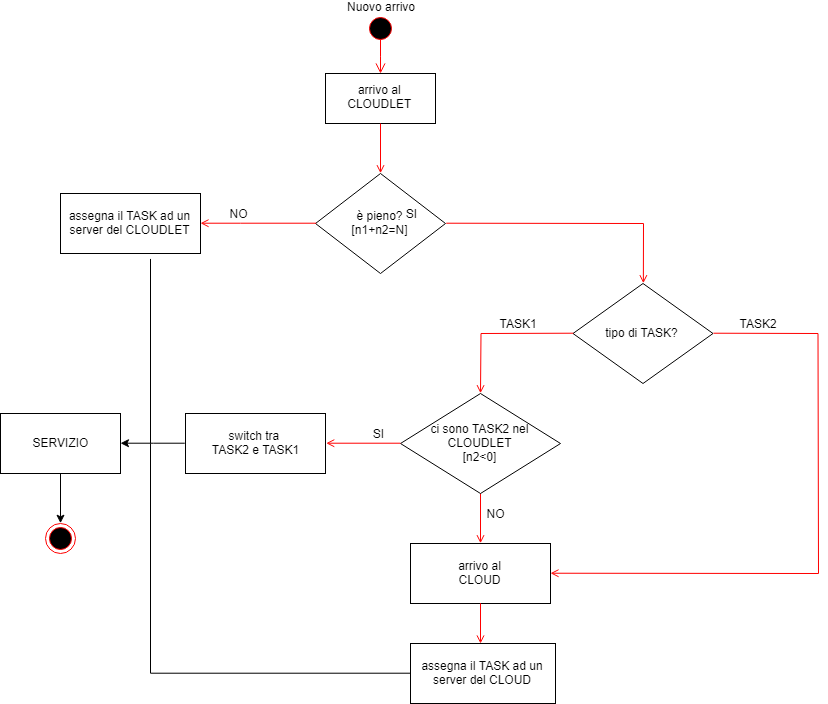
Above: DOCS/FlussoTasks_Alg2.png in dilettalagom/PMCSN_cloud (draw.io), before the change. Source tidied: cells renumbered, new cells last; positions are measured from the earlier drawing's top-left corner, leaving out a move shared by most shapes. Source of this version:
```xml
<mxGraphModel background="#ffffff">
  <root>
    <mxCell id="0" />
    <mxCell id="1" parent="0" />
    <mxCell id="2" style="ellipse;shape=startState;fillColor=#000000;strokeColor=#ff0000;" parent="1" vertex="1">
      <mxGeometry x="365" y="5" width="30" height="30" as="geometry" />
    </mxCell>
    <mxCell id="3" style="edgeStyle=elbowEdgeStyle;elbow=horizontal;verticalAlign=bottom;endArrow=open;endSize=8;strokeColor=#FF0000;endFill=1;rounded=0;exitX=0.512;exitY=0.843;exitDx=0;exitDy=0;exitPerimeter=0;" parent="1" edge="1" source="2" target="4">
      <mxGeometry x="250.5" y="-98" as="geometry" />
    </mxCell>
    <mxCell id="4" value="arrivo al&#10;CLOUDLET" parent="1" vertex="1">
      <mxGeometry x="325" y="65" width="110" height="50" as="geometry" />
    </mxCell>
    <mxCell id="5" style="endArrow=open;strokeColor=#FF0000;endFill=1;rounded=0;entryX=0.5;entryY=0;entryDx=0;entryDy=0;" parent="1" edge="1" source="4" target="7">
      <mxGeometry relative="1" as="geometry" />
    </mxCell>
    <mxCell id="6" value="Nuovo arrivo&lt;br&gt;&lt;br&gt;" style="text;html=1;strokeColor=none;fillColor=none;align=center;verticalAlign=middle;whiteSpace=wrap;rounded=0;" parent="1" vertex="1">
      <mxGeometry x="330" width="100" height="10" as="geometry" />
    </mxCell>
    <mxCell id="7" value="è pieno?&lt;br&gt;[n1+n2=N]&lt;br&gt;" style="rhombus;whiteSpace=wrap;html=1;" parent="1" vertex="1">
      <mxGeometry x="315" y="165" width="130" height="100" as="geometry" />
    </mxCell>
    <mxCell id="8" style="edgeStyle=orthogonalEdgeStyle;rounded=0;jettySize=auto;html=1;exitX=0.643;exitY=1.09;exitDx=0;exitDy=0;exitPerimeter=0;endArrow=none;endFill=0;" parent="1" edge="1" source="9">
      <mxGeometry relative="1" as="geometry">
        <mxPoint x="150" y="435" as="targetPoint" />
      </mxGeometry>
    </mxCell>
    <mxCell id="9" value="assegna il TASK ad un server del CLOUDLET&lt;br&gt;" style="rounded=0;whiteSpace=wrap;html=1;" parent="1" vertex="1">
      <mxGeometry x="60" y="185" width="140" height="60" as="geometry" />
    </mxCell>
    <mxCell id="10" value="NO&lt;br&gt;" style="text;html=1;strokeColor=none;fillColor=none;align=center;verticalAlign=middle;whiteSpace=wrap;rounded=0;" parent="1" vertex="1">
      <mxGeometry x="215" y="185" width="45" height="40" as="geometry" />
    </mxCell>
    <mxCell id="11" style="edgeStyle=elbowEdgeStyle;elbow=horizontal;strokeColor=#FF0000;endArrow=open;endFill=1;rounded=0;exitX=0;exitY=0.5;exitDx=0;exitDy=0;entryX=1;entryY=0.5;entryDx=0;entryDy=0;" parent="1" edge="1" source="7" target="9">
      <mxGeometry relative="1" as="geometry">
        <Array as="points">
          <mxPoint x="240" y="205" />
        </Array>
      </mxGeometry>
    </mxCell>
    <mxCell id="12" value="tipo di TASK?" style="rhombus;whiteSpace=wrap;html=1;" parent="1" vertex="1">
      <mxGeometry x="572.5" y="275" width="140" height="100" as="geometry" />
    </mxCell>
    <mxCell id="13" style="endArrow=open;strokeColor=#FF0000;endFill=1;rounded=0;exitX=1;exitY=0.5;exitDx=0;exitDy=0;entryX=0.5;entryY=0;entryDx=0;entryDy=0;" parent="1" edge="1" source="7" target="12">
      <mxGeometry relative="1" as="geometry">
        <Array as="points">
          <mxPoint x="643" y="215" />
        </Array>
      </mxGeometry>
    </mxCell>
    <mxCell id="14" style="endArrow=open;strokeColor=#FF0000;endFill=1;rounded=0;exitX=0.5;exitY=1;exitDx=0;exitDy=0;entryX=0.5;entryY=0;entryDx=0;entryDy=0;" parent="1" edge="1" source="20" target="15">
      <mxGeometry relative="1" as="geometry" />
    </mxCell>
    <mxCell id="15" value="arrivo al&lt;br&gt;CLOUD" style="rounded=0;whiteSpace=wrap;html=1;" parent="1" vertex="1">
      <mxGeometry x="410" y="535" width="140" height="60" as="geometry" />
    </mxCell>
    <mxCell id="16" style="edgeStyle=orthogonalEdgeStyle;rounded=0;jettySize=auto;html=1;exitX=0;exitY=0.5;exitDx=0;exitDy=0;endArrow=none;endFill=0;" parent="1" edge="1" source="17">
      <mxGeometry relative="1" as="geometry">
        <mxPoint x="150" y="435" as="targetPoint" />
      </mxGeometry>
    </mxCell>
    <mxCell id="17" value="&lt;span&gt;assegna il TASK ad un server del CLOUD&lt;/span&gt;" style="rounded=0;whiteSpace=wrap;html=1;" parent="1" vertex="1">
      <mxGeometry x="410" y="635" width="145" height="60" as="geometry" />
    </mxCell>
    <mxCell id="18" style="endArrow=open;strokeColor=#FF0000;endFill=1;rounded=0;exitX=0;exitY=0.5;exitDx=0;exitDy=0;entryX=0.5;entryY=0;entryDx=0;entryDy=0;" parent="1" edge="1" source="12" target="20">
      <mxGeometry relative="1" as="geometry">
        <Array as="points">
          <mxPoint x="480.5" y="325" />
        </Array>
      </mxGeometry>
    </mxCell>
    <mxCell id="19" style="endArrow=open;strokeColor=#FF0000;endFill=1;rounded=0;exitX=0.5;exitY=1;exitDx=0;exitDy=0;" parent="1" edge="1" source="15">
      <mxGeometry relative="1" as="geometry">
        <mxPoint x="480" y="635" as="targetPoint" />
      </mxGeometry>
    </mxCell>
    <mxCell id="20" value="ci sono TASK2 nel CLOUDLET&lt;br&gt;[n2&amp;lt;0]" style="rhombus;whiteSpace=wrap;html=1;" parent="1" vertex="1">
      <mxGeometry x="400" y="385" width="160" height="100" as="geometry" />
    </mxCell>
    <mxCell id="21" style="endArrow=open;strokeColor=#FF0000;endFill=1;rounded=0;exitX=1;exitY=0.5;exitDx=0;exitDy=0;entryX=1;entryY=0.5;entryDx=0;entryDy=0;" parent="1" edge="1" source="12" target="15">
      <mxGeometry relative="1" as="geometry">
        <Array as="points">
          <mxPoint x="817.5" y="325" />
          <mxPoint x="818" y="565" />
        </Array>
      </mxGeometry>
    </mxCell>
    <mxCell id="22" value="TASK1&lt;br&gt;" style="text;html=1;strokeColor=none;fillColor=none;align=center;verticalAlign=middle;whiteSpace=wrap;rounded=0;" parent="1" vertex="1">
      <mxGeometry x="497.5" y="305" width="40" height="20" as="geometry" />
    </mxCell>
    <mxCell id="23" value="TASK2&lt;br&gt;" style="text;html=1;strokeColor=none;fillColor=none;align=center;verticalAlign=middle;whiteSpace=wrap;rounded=0;" parent="1" vertex="1">
      <mxGeometry x="737.5" y="305" width="40" height="20" as="geometry" />
    </mxCell>
    <mxCell id="24" style="edgeStyle=orthogonalEdgeStyle;rounded=0;jettySize=auto;html=1;exitX=0.5;exitY=1;exitDx=0;exitDy=0;entryX=0.5;entryY=0;entryDx=0;entryDy=0;endArrow=classic;endFill=1;" parent="1" edge="1" source="25" target="32">
      <mxGeometry relative="1" as="geometry" />
    </mxCell>
    <mxCell id="25" value="SERVIZIO" style="rounded=0;whiteSpace=wrap;html=1;" parent="1" vertex="1">
      <mxGeometry y="405" width="120" height="60" as="geometry" />
    </mxCell>
    <mxCell id="26" value="SI&lt;br&gt;" style="text;html=1;strokeColor=none;fillColor=none;align=center;verticalAlign=middle;whiteSpace=wrap;rounded=0;" parent="1" vertex="1">
      <mxGeometry x="387.5" y="185" width="45" height="40" as="geometry" />
    </mxCell>
    <mxCell id="27" value="SI&lt;br&gt;" style="text;html=1;strokeColor=none;fillColor=none;align=center;verticalAlign=middle;whiteSpace=wrap;rounded=0;" parent="1" vertex="1">
      <mxGeometry x="355" y="405" width="45" height="40" as="geometry" />
    </mxCell>
    <mxCell id="28" style="edgeStyle=orthogonalEdgeStyle;rounded=0;jettySize=auto;html=1;exitX=0;exitY=0.5;exitDx=0;exitDy=0;" parent="1" edge="1" source="29" target="25">
      <mxGeometry relative="1" as="geometry" />
    </mxCell>
    <mxCell id="29" value="switch tra&amp;nbsp;&lt;br&gt;TASK2 e TASK1" style="rounded=0;whiteSpace=wrap;html=1;" parent="1" vertex="1">
      <mxGeometry x="185" y="405" width="140" height="60" as="geometry" />
    </mxCell>
    <mxCell id="30" style="endArrow=open;strokeColor=#FF0000;endFill=1;rounded=0;exitX=0;exitY=0.5;exitDx=0;exitDy=0;entryX=1;entryY=0.5;entryDx=0;entryDy=0;" parent="1" edge="1" source="20" target="29">
      <mxGeometry relative="1" as="geometry" />
    </mxCell>
    <mxCell id="31" value="NO&lt;br&gt;" style="text;html=1;strokeColor=none;fillColor=none;align=center;verticalAlign=middle;whiteSpace=wrap;rounded=0;" parent="1" vertex="1">
      <mxGeometry x="472.5" y="485" width="45" height="40" as="geometry" />
    </mxCell>
    <mxCell id="32" style="ellipse;html=1;shape=endState;fillColor=#000000;strokeColor=#ff0000;" parent="1" vertex="1">
      <mxGeometry x="45" y="515" width="30" height="30" as="geometry" />
    </mxCell>
  </root>
</mxGraphModel>
```
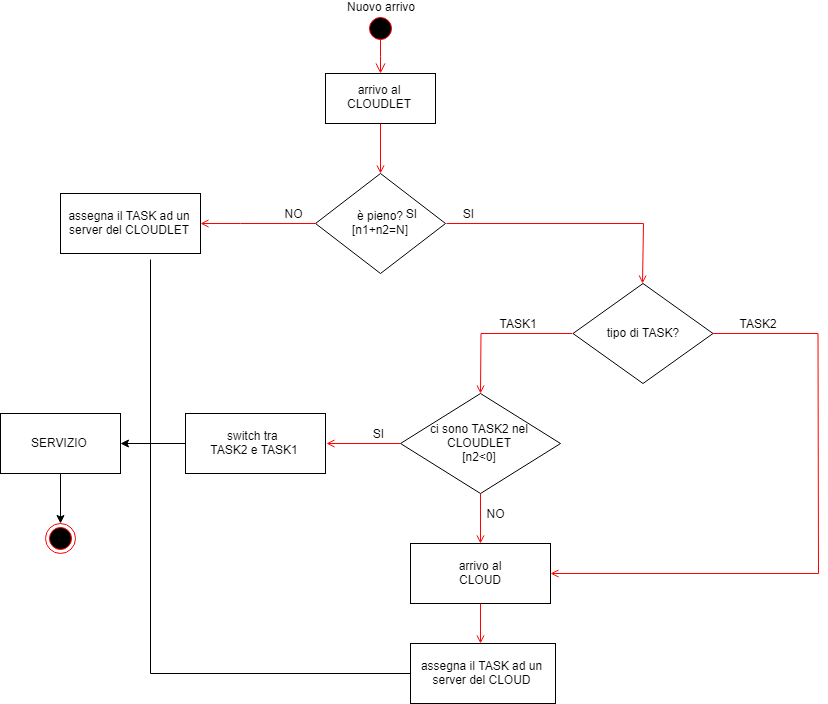
After the commit.

The edit, as a diff of the source:
```diff
@@ -29,7 +29,7 @@
       <mxGeometry x="60" y="185" width="140" height="60" as="geometry" />
     </mxCell>
     <mxCell id="10" value="NO&lt;br&gt;" style="text;html=1;strokeColor=none;fillColor=none;align=center;verticalAlign=middle;whiteSpace=wrap;rounded=0;" parent="1" vertex="1">
-      <mxGeometry x="215" y="185" width="45" height="40" as="geometry" />
+      <mxGeometry x="270" y="185" width="45" height="40" as="geometry" />
     </mxCell>
     <mxCell id="11" style="edgeStyle=elbowEdgeStyle;elbow=horizontal;strokeColor=#FF0000;endArrow=open;endFill=1;rounded=0;exitX=0;exitY=0.5;exitDx=0;exitDy=0;entryX=1;entryY=0.5;entryDx=0;entryDy=0;" parent="1" edge="1" source="7" target="9">
       <mxGeometry relative="1" as="geometry">
@@ -118,5 +118,8 @@
     <mxCell id="32" style="ellipse;html=1;shape=endState;fillColor=#000000;strokeColor=#ff0000;" parent="1" vertex="1">
       <mxGeometry x="45" y="515" width="30" height="30" as="geometry" />
     </mxCell>
+    <mxCell id="33" value="SI&lt;br&gt;" style="text;html=1;strokeColor=none;fillColor=none;align=center;verticalAlign=middle;whiteSpace=wrap;rounded=0;" parent="1" vertex="1">
+      <mxGeometry x="445" y="185" width="45" height="40" as="geometry" />
+    </mxCell>
   </root>
 </mxGraphModel>
```
